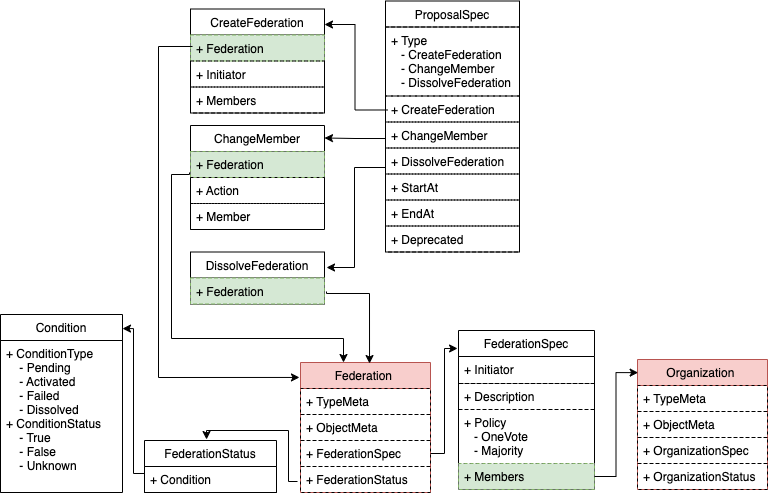
This is dev_design/images/federation-crd.png from bestchains/product-design, a draw.io export, as it was before one commit. Source tidied: cells renumbered, new cells last; positions are measured from the earlier drawing's top-left corner, leaving out a move shared by most shapes.
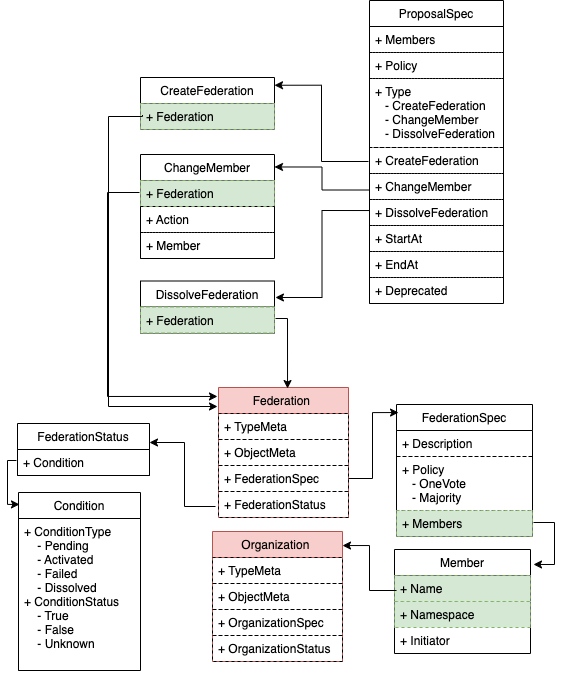
The same diagram one commit later.

Commit message:
fix: change Member in Federation to struct type

The edit, as a diff of the source:
```diff
@@ -3,46 +3,49 @@
     <mxCell id="0" />
     <mxCell id="1" parent="0" />
     <mxCell id="2" value="FederationSpec" style="swimlane;fontStyle=0;horizontal=1;startSize=26;fillColor=none;rounded=0;shadow=0;comic=0;swimlaneLine=1;glass=0;swimlaneFillColor=none;" parent="1" vertex="1">
-      <mxGeometry x="458" y="329" width="136" height="159" as="geometry" />
+      <mxGeometry x="446" y="374" width="136" height="132" as="geometry" />
     </mxCell>
-    <mxCell id="3" value="+ Initiator" style="text;strokeColor=#000000;fillColor=none;align=left;verticalAlign=top;spacingLeft=4;spacingRight=4;overflow=hidden;rounded=0;dashed=1;glass=0;" parent="2" vertex="1">
-      <mxGeometry y="26" width="136" height="27" as="geometry" />
-    </mxCell>
     <mxCell id="4" value="+ Description" style="text;strokeColor=#000000;fillColor=none;align=left;verticalAlign=top;spacingLeft=4;spacingRight=4;overflow=hidden;rounded=0;dashed=1;glass=0;" parent="2" vertex="1">
-      <mxGeometry y="53" width="136" height="26" as="geometry" />
+      <mxGeometry y="26" width="136" height="26" as="geometry" />
     </mxCell>
     <mxCell id="5" value="+ Policy&#10;   - OneVote&#10;   - Majority" style="text;strokeColor=#000000;fillColor=none;align=left;verticalAlign=top;spacingLeft=4;spacingRight=4;overflow=hidden;rounded=0;dashed=1;glass=0;" parent="2" vertex="1">
-      <mxGeometry y="79" width="136" height="54" as="geometry" />
+      <mxGeometry y="52" width="136" height="54" as="geometry" />
     </mxCell>
     <mxCell id="6" value="+ Members" style="text;strokeColor=#82b366;fillColor=#d5e8d4;align=left;verticalAlign=top;spacingLeft=4;spacingRight=4;overflow=hidden;points=[[0,0.5],[1,0.5]];portConstraint=eastwest;rounded=0;dashed=1;glass=0;" parent="2" vertex="1">
-      <mxGeometry y="133" width="136" height="26" as="geometry" />
+      <mxGeometry y="106" width="136" height="26" as="geometry" />
     </mxCell>
     <mxCell id="7" value="ProposalSpec" style="swimlane;fontStyle=0;horizontal=1;startSize=26;fillColor=none;rounded=0;shadow=0;comic=0;swimlaneLine=1;glass=0;swimlaneFillColor=none;" parent="1" vertex="1">
-      <mxGeometry x="385" y="-0.5" width="134" height="251" as="geometry" />
+      <mxGeometry x="419" y="-30" width="134" height="303" as="geometry" />
     </mxCell>
+    <mxCell id="30" value="+ Members" style="text;strokeColor=#000000;fillColor=none;align=left;verticalAlign=top;spacingLeft=4;spacingRight=4;overflow=hidden;rounded=0;dashed=1;glass=0;" parent="7" vertex="1">
+      <mxGeometry y="26" width="134" height="26" as="geometry" />
+    </mxCell>
+    <mxCell id="49" value="+ Policy" style="text;strokeColor=#000000;fillColor=none;align=left;verticalAlign=top;spacingLeft=4;spacingRight=4;overflow=hidden;rounded=0;dashed=1;glass=0;" parent="7" vertex="1">
+      <mxGeometry y="52" width="134" height="26" as="geometry" />
+    </mxCell>
     <mxCell id="8" value="+ Type&#10;   - CreateFederation&#10;   - ChangeMember&#10;   - DissolveFederation" style="text;strokeColor=#000000;fillColor=none;align=left;verticalAlign=top;spacingLeft=4;spacingRight=4;overflow=hidden;rounded=0;dashed=1;glass=0;" parent="7" vertex="1">
-      <mxGeometry y="26" width="134" height="69" as="geometry" />
+      <mxGeometry y="78" width="134" height="69" as="geometry" />
     </mxCell>
     <mxCell id="9" value="+ CreateFederation&#10;" style="text;strokeColor=#000000;fillColor=none;align=left;verticalAlign=top;spacingLeft=4;spacingRight=4;overflow=hidden;points=[[0,0.5],[1,0.5]];portConstraint=eastwest;rounded=0;dashed=1;glass=0;" parent="7" vertex="1">
-      <mxGeometry y="95" width="134" height="26" as="geometry" />
+      <mxGeometry y="147" width="134" height="26" as="geometry" />
     </mxCell>
     <mxCell id="10" value="+ ChangeMember&#10;" style="text;strokeColor=#000000;fillColor=none;align=left;verticalAlign=top;spacingLeft=4;spacingRight=4;overflow=hidden;points=[[0,0.5],[1,0.5]];portConstraint=eastwest;rounded=0;dashed=1;glass=0;" parent="7" vertex="1">
-      <mxGeometry y="121" width="134" height="26" as="geometry" />
+      <mxGeometry y="173" width="134" height="26" as="geometry" />
     </mxCell>
     <mxCell id="11" value="+ DissolveFederation" style="text;strokeColor=#000000;fillColor=none;align=left;verticalAlign=top;spacingLeft=4;spacingRight=4;overflow=hidden;points=[[0,0.5],[1,0.5]];portConstraint=eastwest;rounded=0;dashed=1;glass=0;" parent="7" vertex="1">
-      <mxGeometry y="147" width="134" height="26" as="geometry" />
+      <mxGeometry y="199" width="134" height="26" as="geometry" />
     </mxCell>
     <mxCell id="12" value="+ StartAt &#10;" style="text;strokeColor=#000000;fillColor=none;align=left;verticalAlign=top;spacingLeft=4;spacingRight=4;overflow=hidden;rounded=0;dashed=1;glass=0;" parent="7" vertex="1">
-      <mxGeometry y="173" width="134" height="26" as="geometry" />
+      <mxGeometry y="225" width="134" height="26" as="geometry" />
     </mxCell>
     <mxCell id="13" value="+ EndAt&#10;" style="text;strokeColor=#000000;fillColor=none;align=left;verticalAlign=top;spacingLeft=4;spacingRight=4;overflow=hidden;rounded=0;dashed=1;glass=0;" parent="7" vertex="1">
-      <mxGeometry y="199" width="134" height="26" as="geometry" />
+      <mxGeometry y="251" width="134" height="26" as="geometry" />
     </mxCell>
     <mxCell id="14" value="+ Deprecated" style="text;strokeColor=#000000;fillColor=none;align=left;verticalAlign=top;spacingLeft=4;spacingRight=4;overflow=hidden;rounded=0;dashed=1;glass=0;" parent="7" vertex="1">
-      <mxGeometry y="225" width="134" height="26" as="geometry" />
+      <mxGeometry y="277" width="134" height="26" as="geometry" />
     </mxCell>
     <mxCell id="15" value="Federation " style="swimlane;fontStyle=0;horizontal=1;startSize=26;fillColor=#f8cecc;rounded=0;shadow=0;comic=0;swimlaneLine=1;glass=0;swimlaneFillColor=none;strokeColor=#b85450;" parent="1" vertex="1">
-      <mxGeometry x="300" y="361" width="130" height="130" as="geometry" />
+      <mxGeometry x="268" y="357" width="130" height="130" as="geometry" />
     </mxCell>
     <mxCell id="16" value="+ TypeMeta" style="text;strokeColor=#000000;fillColor=none;align=left;verticalAlign=top;spacingLeft=4;spacingRight=4;overflow=hidden;dashed=1;rounded=0;glass=0;" parent="15" vertex="1">
       <mxGeometry y="26" width="130" height="26" as="geometry" />
@@ -57,13 +60,13 @@
       <mxGeometry y="104" width="130" height="26" as="geometry" />
     </mxCell>
     <mxCell id="20" value="FederationStatus" style="swimlane;fontStyle=0;horizontal=1;startSize=26;fillColor=none;rounded=0;shadow=0;comic=0;swimlaneLine=1;glass=0;swimlaneFillColor=none;" parent="1" vertex="1">
-      <mxGeometry x="144" y="439" width="132" height="52" as="geometry" />
+      <mxGeometry x="67" y="393" width="132" height="52" as="geometry" />
     </mxCell>
     <mxCell id="21" value="+ Condition" style="text;strokeColor=#000000;fillColor=none;align=left;verticalAlign=top;spacingLeft=4;spacingRight=4;overflow=hidden;points=[[0,0.5],[1,0.5]];portConstraint=eastwest;dashed=1;rounded=0;glass=0;" parent="20" vertex="1">
       <mxGeometry y="26" width="132" height="26" as="geometry" />
     </mxCell>
     <mxCell id="22" value="Organization " style="swimlane;fontStyle=0;horizontal=1;startSize=26;fillColor=#f8cecc;rounded=0;shadow=0;comic=0;swimlaneLine=1;glass=0;swimlaneFillColor=none;strokeColor=#b85450;" parent="1" vertex="1">
-      <mxGeometry x="637" y="358" width="130" height="130" as="geometry" />
+      <mxGeometry x="262" y="501" width="130" height="130" as="geometry" />
     </mxCell>
     <mxCell id="23" value="+ TypeMeta" style="text;strokeColor=#000000;fillColor=none;align=left;verticalAlign=top;spacingLeft=4;spacingRight=4;overflow=hidden;dashed=1;rounded=0;glass=0;" parent="22" vertex="1">
       <mxGeometry y="26" width="130" height="26" as="geometry" />
@@ -78,17 +81,11 @@
       <mxGeometry y="104" width="130" height="26" as="geometry" />
     </mxCell>
     <mxCell id="27" value="CreateFederation" style="swimlane;fontStyle=0;horizontal=1;startSize=26;fillColor=none;rounded=0;shadow=0;comic=0;swimlaneLine=1;glass=0;swimlaneFillColor=none;" parent="1" vertex="1">
-      <mxGeometry x="190" y="7.5" width="134" height="104" as="geometry" />
+      <mxGeometry x="190" y="47" width="134" height="52" as="geometry" />
     </mxCell>
     <mxCell id="28" value="+ Federation" style="text;strokeColor=#82b366;fillColor=#d5e8d4;align=left;verticalAlign=top;spacingLeft=4;spacingRight=4;overflow=hidden;points=[[0,0.5],[1,0.5]];portConstraint=eastwest;rounded=0;dashed=1;glass=0;" parent="27" vertex="1">
       <mxGeometry y="26" width="134" height="26" as="geometry" />
     </mxCell>
-    <mxCell id="29" value="+ Initiator &#10;" style="text;strokeColor=#000000;fillColor=none;align=left;verticalAlign=top;spacingLeft=4;spacingRight=4;overflow=hidden;rounded=0;dashed=1;glass=0;" parent="27" vertex="1">
-      <mxGeometry y="52" width="134" height="26" as="geometry" />
-    </mxCell>
-    <mxCell id="30" value="+ Members" style="text;strokeColor=#000000;fillColor=none;align=left;verticalAlign=top;spacingLeft=4;spacingRight=4;overflow=hidden;rounded=0;dashed=1;glass=0;" parent="27" vertex="1">
-      <mxGeometry y="78" width="134" height="26" as="geometry" />
-    </mxCell>
     <mxCell id="31" value="ChangeMember" style="swimlane;fontStyle=0;horizontal=1;startSize=26;fillColor=none;rounded=0;shadow=0;comic=0;swimlaneLine=1;glass=0;swimlaneFillColor=none;" parent="1" vertex="1">
       <mxGeometry x="190" y="124" width="134" height="104" as="geometry" />
     </mxCell>
@@ -107,65 +104,87 @@
     <mxCell id="36" value="+ Federation" style="text;strokeColor=#82b366;fillColor=#d5e8d4;align=left;verticalAlign=top;spacingLeft=4;spacingRight=4;overflow=hidden;rounded=0;dashed=1;glass=0;" parent="35" vertex="1">
       <mxGeometry y="26" width="134" height="26" as="geometry" />
     </mxCell>
-    <mxCell id="37" style="edgeStyle=orthogonalEdgeStyle;rounded=0;jettySize=auto;html=1;entryX=0.005;entryY=0.101;entryDx=0;entryDy=0;entryPerimeter=0;" parent="1" edge="1" source="6" target="22">
-      <mxGeometry relative="1" as="geometry" />
-    </mxCell>
     <mxCell id="38" value="Condition" style="swimlane;fontStyle=0;horizontal=1;startSize=26;fillColor=none;rounded=0;shadow=0;comic=0;swimlaneLine=1;glass=0;swimlaneFillColor=none;" parent="1" vertex="1">
-      <mxGeometry y="313" width="122" height="178" as="geometry" />
+      <mxGeometry x="68" y="462" width="122" height="178" as="geometry" />
     </mxCell>
     <mxCell id="39" value="+ ConditionType&#10;    - Pending&#10;    - Activated&#10;    - Failed &#10;    - Dissolved&#10;+ ConditionStatus&#10;    - True&#10;    - False&#10;    - Unknown" style="text;strokeColor=#000000;fillColor=none;align=left;verticalAlign=top;spacingLeft=4;spacingRight=4;overflow=hidden;dashed=1;rounded=0;glass=0;" parent="38" vertex="1">
       <mxGeometry y="26" width="122" height="152" as="geometry" />
     </mxCell>
-    <mxCell id="40" style="endArrow=classic;html=1;rounded=0;exitX=0.015;exitY=0.442;exitDx=0;exitDy=0;exitPerimeter=0;entryX=-0.008;entryY=0.115;entryDx=0;entryDy=0;entryPerimeter=0;edgeStyle=orthogonalEdgeStyle;" parent="1" edge="1" source="28" target="15">
+    <mxCell id="40" style="endArrow=classic;html=1;rounded=0;exitX=0.015;exitY=0.442;exitDx=0;exitDy=0;exitPerimeter=0;edgeStyle=orthogonalEdgeStyle;" parent="1" edge="1" source="28">
       <mxGeometry relative="1" as="geometry">
+        <mxPoint x="267" y="376" as="targetPoint" />
         <Array as="points">
-          <mxPoint x="158" y="45" />
+          <mxPoint x="158" y="86" />
           <mxPoint x="158" y="376" />
         </Array>
       </mxGeometry>
     </mxCell>
-    <mxCell id="41" style="endArrow=classic;html=1;rounded=0;edgeStyle=orthogonalEdgeStyle;" parent="1" edge="1">
-      <mxGeometry relative="1" as="geometry">
-        <mxPoint x="189" y="171" as="sourcePoint" />
-        <mxPoint x="343" y="361" as="targetPoint" />
-        <Array as="points">
-          <mxPoint x="171" y="173" />
-          <mxPoint x="171" y="337" />
-          <mxPoint x="343" y="337" />
-        </Array>
-      </mxGeometry>
-    </mxCell>
     <mxCell id="42" style="endArrow=classic;html=1;rounded=0;edgeStyle=orthogonalEdgeStyle;entryX=0.531;entryY=0.008;entryDx=0;entryDy=0;entryPerimeter=0;" parent="1" edge="1" target="15">
       <mxGeometry relative="1" as="geometry">
-        <mxPoint x="326" y="290" as="sourcePoint" />
+        <mxPoint x="325" y="288" as="sourcePoint" />
         <Array as="points">
-          <mxPoint x="326" y="292" />
-          <mxPoint x="369" y="292" />
+          <mxPoint x="337" y="288" />
         </Array>
       </mxGeometry>
     </mxCell>
-    <mxCell id="43" style="endArrow=classic;html=1;rounded=0;entryX=0.47;entryY=-0.019;entryDx=0;entryDy=0;entryPerimeter=0;exitX=-0.023;exitY=0.577;exitDx=0;exitDy=0;exitPerimeter=0;edgeStyle=orthogonalEdgeStyle;" parent="1" edge="1" source="19" target="20">
-      <mxGeometry relative="1" as="geometry" />
+    <mxCell id="43" style="endArrow=classic;html=1;rounded=0;exitX=-0.023;exitY=0.577;exitDx=0;exitDy=0;exitPerimeter=0;edgeStyle=orthogonalEdgeStyle;" parent="1" edge="1" source="19" target="20">
+      <mxGeometry relative="1" as="geometry">
+        <Array as="points">
+          <mxPoint x="234" y="476" />
+          <mxPoint x="234" y="412" />
+        </Array>
+      </mxGeometry>
     </mxCell>
-    <mxCell id="44" style="endArrow=classic;html=1;rounded=0;entryX=-0.007;entryY=0.113;entryDx=0;entryDy=0;entryPerimeter=0;edgeStyle=orthogonalEdgeStyle;" parent="1" edge="1" source="18" target="2">
+    <mxCell id="44" style="endArrow=classic;html=1;rounded=0;entryX=0.015;entryY=0.061;entryDx=0;entryDy=0;entryPerimeter=0;edgeStyle=orthogonalEdgeStyle;" parent="1" edge="1" source="18" target="2">
       <mxGeometry relative="1" as="geometry" />
     </mxCell>
-    <mxCell id="45" style="endArrow=classic;html=1;rounded=0;exitX=0.015;exitY=0.538;exitDx=0;exitDy=0;exitPerimeter=0;entryX=1;entryY=0.149;entryDx=0;entryDy=0;entryPerimeter=0;edgeStyle=orthogonalEdgeStyle;" parent="1" edge="1" source="9" target="27">
-      <mxGeometry relative="1" as="geometry" />
+    <mxCell id="45" style="endArrow=classic;html=1;rounded=0;entryX=1;entryY=0.149;entryDx=0;entryDy=0;entryPerimeter=0;edgeStyle=orthogonalEdgeStyle;" parent="1" edge="1" target="27">
+      <mxGeometry relative="1" as="geometry">
+        <mxPoint x="418" y="131" as="sourcePoint" />
+      </mxGeometry>
     </mxCell>
     <mxCell id="46" style="endArrow=classic;html=1;rounded=0;exitX=0;exitY=0.635;exitDx=0;exitDy=0;exitPerimeter=0;entryX=1;entryY=0.12;entryDx=0;entryDy=0;entryPerimeter=0;edgeStyle=orthogonalEdgeStyle;" parent="1" edge="1" source="10" target="31">
       <mxGeometry relative="1" as="geometry" />
     </mxCell>
-    <mxCell id="47" style="endArrow=classic;html=1;rounded=0;entryX=1.015;entryY=0.298;entryDx=0;entryDy=0;entryPerimeter=0;edgeStyle=orthogonalEdgeStyle;" parent="1" edge="1" source="11" target="35">
-      <mxGeometry relative="1" as="geometry">
-        <Array as="points">
-          <mxPoint x="354" y="166" />
-          <mxPoint x="354" y="266" />
-        </Array>
-      </mxGeometry>
-    </mxCell>
+    <mxCell id="50" style="endArrow=classic;html=1;rounded=0;exitX=0;exitY=0.635;exitDx=0;exitDy=0;exitPerimeter=0;entryX=1.007;entryY=0.317;entryDx=0;entryDy=0;entryPerimeter=0;edgeStyle=orthogonalEdgeStyle;" parent="1" edge="1" target="35">
+      <mxGeometry relative="1" as="geometry">
+        <mxPoint x="419" y="180" as="sourcePoint" />
+      </mxGeometry>
+    </mxCell>
+    <mxCell id="51" value="Member" style="swimlane;fontStyle=0;horizontal=1;startSize=26;fillColor=none;rounded=0;shadow=0;comic=0;swimlaneLine=1;glass=0;swimlaneFillColor=none;" parent="1" vertex="1">
+      <mxGeometry x="444" y="519" width="136" height="104" as="geometry" />
+    </mxCell>
+    <mxCell id="52" value="+ Name" style="text;strokeColor=#82b366;fillColor=#d5e8d4;align=left;verticalAlign=top;spacingLeft=4;spacingRight=4;overflow=hidden;points=[[0,0.5],[1,0.5]];portConstraint=eastwest;rounded=0;dashed=1;glass=0;" parent="51" vertex="1">
+      <mxGeometry y="26" width="136" height="26" as="geometry" />
+    </mxCell>
+    <mxCell id="53" value="+ Namespace" style="text;strokeColor=#82b366;fillColor=#d5e8d4;align=left;verticalAlign=top;spacingLeft=4;spacingRight=4;overflow=hidden;rounded=0;dashed=1;glass=0;" parent="51" vertex="1">
+      <mxGeometry y="52" width="136" height="26" as="geometry" />
+    </mxCell>
+    <mxCell id="54" value="+ Initiator" style="text;align=left;verticalAlign=top;spacingLeft=4;spacingRight=4;overflow=hidden;rounded=0;dashed=1;glass=0;" parent="51" vertex="1">
+      <mxGeometry y="78" width="136" height="26" as="geometry" />
+    </mxCell>
+    <mxCell id="55" style="edgeStyle=orthogonalEdgeStyle;rounded=0;jettySize=auto;html=1;entryX=1.022;entryY=0.144;entryDx=0;entryDy=0;entryPerimeter=0;" parent="1" edge="1" target="51">
+      <mxGeometry relative="1" as="geometry">
+        <mxPoint x="583" y="492" as="sourcePoint" />
+        <Array as="points">
+          <mxPoint x="604" y="492" />
+          <mxPoint x="604" y="534" />
+        </Array>
+      </mxGeometry>
+    </mxCell>
-    <mxCell id="48" style="endArrow=classic;html=1;rounded=0;exitX=0;exitY=0.269;exitDx=0;exitDy=0;exitPerimeter=0;entryX=1;entryY=0.079;entryDx=0;entryDy=0;entryPerimeter=0;edgeStyle=orthogonalEdgeStyle;" parent="1" edge="1" source="21" target="38">
+    <mxCell id="48" style="endArrow=classic;html=1;shadow=0;entryX=0.008;entryY=0.067;entryDx=0;entryDy=0;entryPerimeter=0;exitX=-0.008;exitY=0.423;exitDx=0;exitDy=0;exitPerimeter=0;edgeStyle=orthogonalEdgeStyle;rounded=0;" parent="1" edge="1" source="21" target="38">
       <mxGeometry relative="1" as="geometry" />
     </mxCell>
+    <mxCell id="56" style="endArrow=classic;html=1;shadow=0;edgeStyle=elbowEdgeStyle;entryX=-0.008;entryY=0.069;entryDx=0;entryDy=0;entryPerimeter=0;rounded=0;" parent="1" edge="1" target="15">
+      <mxGeometry relative="1" as="geometry">
+        <mxPoint x="189" y="162" as="sourcePoint" />
+        <Array as="points">
+          <mxPoint x="157" y="273" />
+        </Array>
+      </mxGeometry>
+    </mxCell>
+    <mxCell id="57" style="endArrow=classic;html=1;rounded=0;shadow=0;exitX=0.015;exitY=0.577;exitDx=0;exitDy=0;exitPerimeter=0;entryX=1;entryY=0.108;entryDx=0;entryDy=0;entryPerimeter=0;edgeStyle=elbowEdgeStyle;" parent="1" edge="1" source="52" target="22">
+      <mxGeometry relative="1" as="geometry" />
+    </mxCell>
   </root>
 </mxGraphModel>
```
